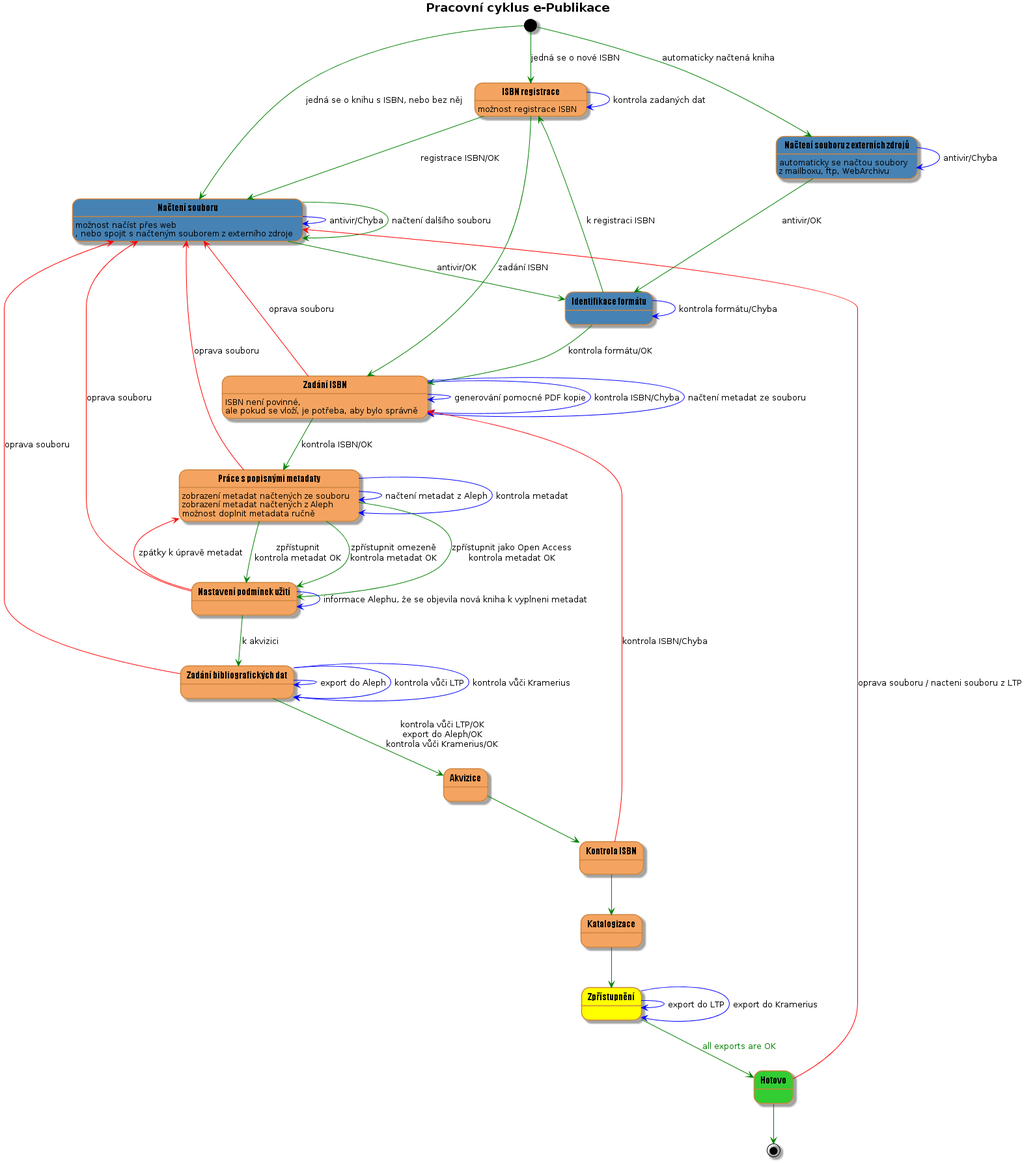
edeposit/edeposit.policy keeps this PlantUML diagram as docs/wf02.png. Above is the earlier version.
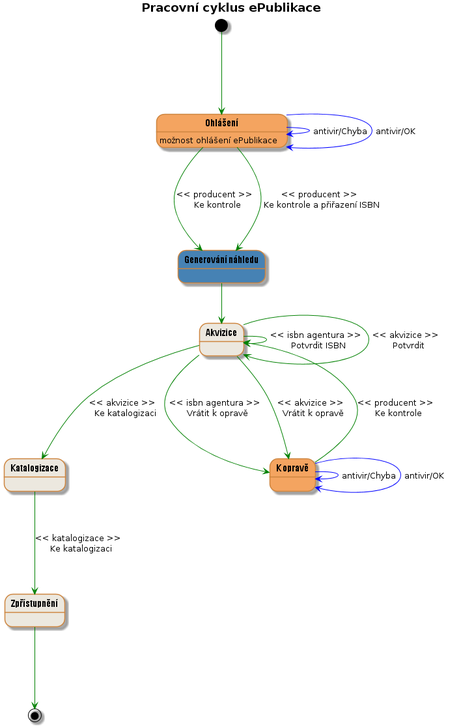
Later version of the same file.

Diff of the diagram source:
```diff
@@ -1,5 +1,5 @@
 @startuml
-title <b>Pracovní cyklus e-Publikace</b>
+title <b>Pracovní cyklus ePublikace</b>
 skinparam DefaultFontSize 16pt
 
 skinparam state {
@@ -12,91 +12,31 @@
   ArrowColor Green
 }
 
-state "ISBN registrace" as isbnRegistration #SandyBrown
-isbnRegistration : mo?nost registrace ISBN
+state "Ohlá?ení" as declaration #SandyBrown
+declaration : mo?nost ohlá?ení ePublikace
 
-state "Na?tení souboru z externích zdroj?" as loadFileExternal #SteelBlue
-loadFileExternal : automaticky se na?tou soubory\nz mailboxu, ftp, WebArchivu
+state "Akvizice" as acquisition #ECE8DF
+state "Katalogizace" as catalogization #ECE8DF
+state "Zp?ístupn?ní" as accessing #ECE8DF
+state "K oprav?" as declarationWithError #SandyBrown
+state "Generování náhledu" as thumbnailGenerating #SteelBlue
 
-state "Na?tení souboru" as loadFile #SteelBlue
-loadFile : mo?nost na?íst p?es web\n, nebo spojit s na?teným souborem z externího zdroje
+[*] ---> declaration
+declaration ---> thumbnailGenerating : << producent >> \n Ke kontrole
+declaration ---> thumbnailGenerating : << producent >> \n Ke kontrole a p?i?azení ISBN
+thumbnailGenerating --> acquisition
+declaration -[#blue]-> declaration : antivir/Chyba
+declaration -[#blue]-> declaration : antivir/OK
+acquisition ---> declarationWithError : << isbn agentura >> \n Vrátit k oprav?
+acquisition ---> declarationWithError : << akvizice >> \n Vrátit k oprav?
+acquisition ---> acquisition : << isbn agentura >> \n Potvrdit ISBN
+acquisition ---> acquisition : << akvizice >> \n Potvrdit
+declarationWithError ---> acquisition : << producent >> \n Ke kontrole
+declarationWithError -[#blue]-> declarationWithError : antivir/Chyba
+declarationWithError -[#blue]-> declarationWithError : antivir/OK
 
-state "Identifikace formátu" as identifyFileFormat #SteelBlue
+acquisition ---> catalogization : << akvizice >> \n Ke katalogizaci
 
-state "Zadání ISBN" as isbn #SandyBrown
-isbn: ISBN není povinné,\nale pokud se vlo?í, je pot?eba, aby bylo správn?
-
-state "Práce s popisnými metadaty" as editMetadata #SandyBrown
-editMetadata : zobrazení metadat na?tených ze souboru
-editMetadata : zobrazení metadat na?tených z Aleph
-editMetadata : mo?nost doplnit metadata ru?n?
-
-state "Nastavení podmínek u?ití" as usingPermissions #SandyBrown
-
-state "Zadání bibliografických dat" as addBibliographics #SandyBrown
-
-state "Akvizice" as acquisition #SandyBrown
-
-state "Kontrola ISBN" as isbnValidation #SandyBrown
-
-state "Katalogizace" as toCatalog #SandyBrown
-
-state "Zp?ístupn?ní" as publishing #Yellow
-
-state "Hotovo" as published #LimeGreen
-
-[*] --> loadFileExternal : automaticky na?tená kniha
-[*] --> isbnRegistration : jedná se o nové ISBN
-[*] --> loadFile : jedná se o knihu s ISBN, nebo bez n?j
-
-isbnRegistration --> loadFile : registrace ISBN/OK
-isbnRegistration --> isbn : zadání ISBN
-isbnRegistration -[#blue]-> isbnRegistration : kontrola zadaných dat
-
-loadFile -[#blue]-> loadFile : antivir/Chyba
-loadFile --> loadFile : na?tení dal?ího souboru
-loadFile --> identifyFileFormat : antivir/OK
-
-loadFileExternal -[#blue]-> loadFileExternal : antivir/Chyba
-loadFileExternal --> identifyFileFormat : antivir/OK
-
-identifyFileFormat -[#blue]-> identifyFileFormat : kontrola formátu/Chyba
-identifyFileFormat --> isbn : kontrola formátu/OK
-identifyFileFormat --> isbnRegistration : k registraci ISBN
-
-isbn -[#blue]-> isbn : generování pomocné PDF kopie
-isbn -[#blue]-> isbn : kontrola ISBN/Chyba
-isbn -[#blue]-> isbn : na?tení metadat ze souboru
-isbn --> editMetadata : kontrola ISBN/OK
-isbn -[#red]-> loadFile : oprava souboru
-
-editMetadata -[#red]-> loadFile : oprava souboru
-editMetadata -[#blue]-> editMetadata : na?tení metadat z Aleph
-editMetadata -[#blue]-> editMetadata : kontrola metadat
-editMetadata --> usingPermissions : zp?ístupnit\nkontrola metadat OK
-
-editMetadata --> usingPermissions : zp?ístupnit omezen?\nkontrola metadat OK
-editMetadata --> usingPermissions : zp?ístupnit jako Open Access\nkontrola metadat OK
-
-usingPermissions -[#red]-> editMetadata : zpátky k úprav? metadat
-usingPermissions -[#red]-> loadFile : oprava souboru
-usingPermissions --> addBibliographics : k akvizici
-usingPermissions -[#blue]-> usingPermissions : informace Alephu, ?e se objevila nová kniha k vyplneni metadat
-
-addBibliographics -[#blue]-> addBibliographics : export do Aleph
-addBibliographics -[#red]-> loadFile : oprava souboru
-addBibliographics --> acquisition : kontrola v??i LTP/OK\nexport do Aleph/OK\nkontrola v??i Kramerius/OK
-addBibliographics -[#blue]-> addBibliographics : kontrola v??i LTP
-addBibliographics -[#blue]-> addBibliographics : kontrola v??i Kramerius
-
-acquisition --> isbnValidation
-isbnValidation -[#red]-> isbn : kontrola ISBN/Chyba
-isbnValidation --> toCatalog
-toCatalog --> publishing
-
-publishing -[#blue]-> publishing : export do LTP
-publishing -[#blue]-> publishing : export do Kramerius
-publishing --> published : <font color=green>all exports are OK</font>
-published --> [*]
-published -[#red]-> loadFile : oprava souboru / nacteni souboru z LTP
+catalogization ---> accessing : << katalogizace >> \n Ke katalogizaci
+accessing ---> [*]
 @enduml
```
